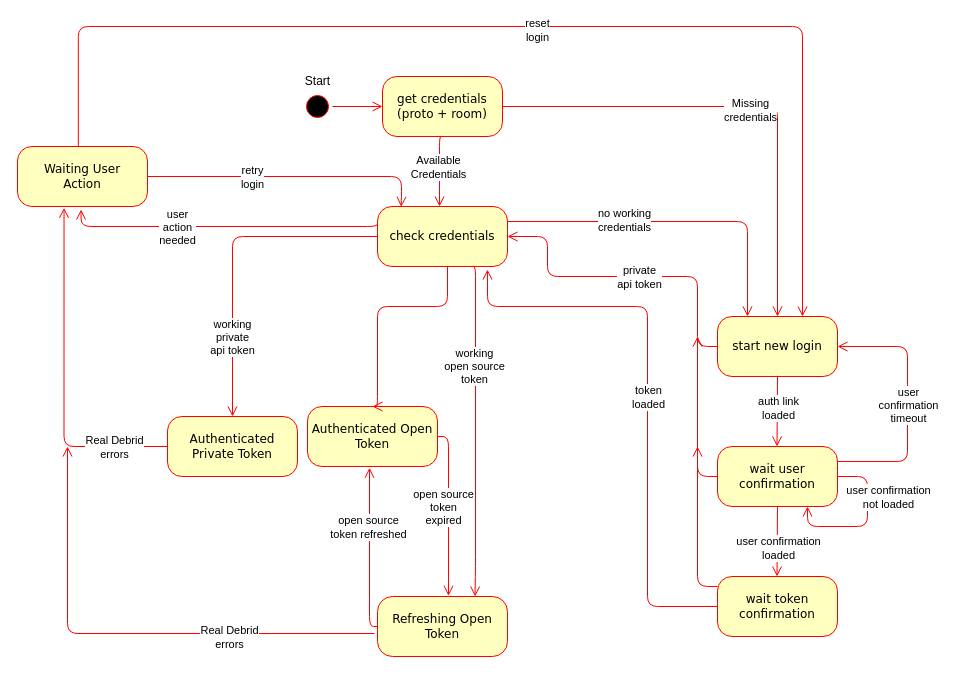
Above: extra_assets/fsm_authentication.drawio in LivingWithHippos/unchained-android (draw.io), before the change. Source tidied: cells renumbered, new cells numbered last; positions are measured from the earlier drawing's top-left corner, leaving out a move shared by most shapes. Both pictures are drawn from the tidied source at 100%, with x=0, y=0 at pixel (17, 26).
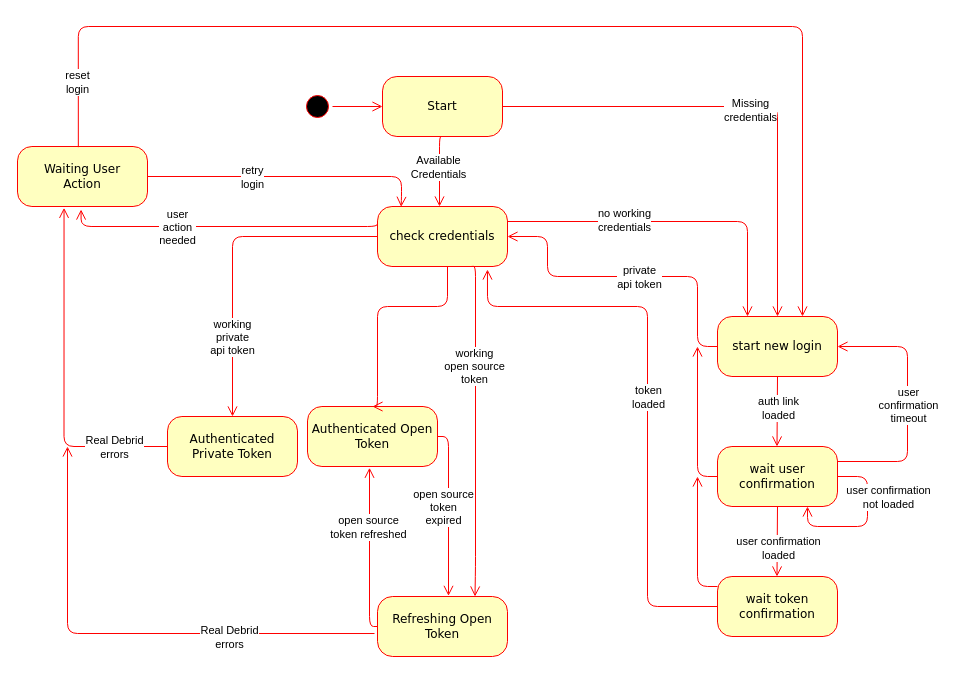
After the change.

Unchanged cells that the change refers to:
```xml
<mxCell id="19" value="wait user confirmation" style="rounded=1;whiteSpace=wrap;html=1;arcSize=24;fillColor=#ffffc0;strokeColor=#ff0000;shadow=0;comic=0;labelBackgroundColor=none;fontFamily=Verdana;fontSize=12;fontColor=#000000;align=center;" parent="1" vertex="1">
  <mxGeometry x="700" y="420" width="120" height="60" as="geometry" />
</mxCell>
<mxCell id="44" style="edgeStyle=orthogonalEdgeStyle;html=1;labelBackgroundColor=none;endArrow=open;endSize=8;strokeColor=#ff0000;fontFamily=Verdana;fontSize=12;align=left;entryX=0.5;entryY=0;entryDx=0;entryDy=0;exitX=0.468;exitY=0.011;exitDx=0;exitDy=0;exitPerimeter=0;" parent="1" edge="1" source="38">
  <mxGeometry relative="1" as="geometry">
    <mxPoint x="785" y="290" as="targetPoint" />
    <Array as="points">
      <mxPoint x="61" />
      <mxPoint x="785" />
    </Array>
  </mxGeometry>
</mxCell>
```

What changed in the source:
```diff
@@
-    <mxCell id="4" value="get credentials (proto + room)" style="rounded=1;whiteSpace=wrap;html=1;arcSize=24;fillColor=#ffffc0;strokeColor=#ff0000;shadow=0;comic=0;labelBackgroundColor=none;fontFamily=Verdana;fontSize=12;fontColor=#000000;align=center;" parent="1" vertex="1">
+    <mxCell id="4" value="Start" style="rounded=1;whiteSpace=wrap;html=1;arcSize=24;fillColor=#ffffc0;strokeColor=#ff0000;shadow=0;comic=0;labelBackgroundColor=none;fontFamily=Verdana;fontSize=12;fontColor=#000000;align=center;" parent="1" vertex="1">
       <mxGeometry x="365" y="50" width="120" height="60" as="geometry" />
     </mxCell>
@@
     <mxCell id="32" style="edgeStyle=elbowEdgeStyle;html=1;labelBackgroundColor=none;endArrow=open;endSize=8;strokeColor=#ff0000;fontFamily=Verdana;fontSize=12;align=left;exitX=0;exitY=0.5;exitDx=0;exitDy=0;" parent="1" edge="1" source="19">
       <mxGeometry relative="1" as="geometry">
-        <mxPoint x="680" y="310" as="targetPoint" />
+        <mxPoint x="680" y="320" as="targetPoint" />
         <Array as="points">
           <mxPoint x="680" y="310" />
           <mxPoint x="680" y="420" />
           <mxPoint x="690" y="420" />
         </Array>
       </mxGeometry>
     </mxCell>
     <mxCell id="33" style="edgeStyle=elbowEdgeStyle;html=1;labelBackgroundColor=none;endArrow=open;endSize=8;strokeColor=#ff0000;fontFamily=Verdana;fontSize=12;align=left;exitX=0;exitY=0.5;exitDx=0;exitDy=0;" parent="1" edge="1">
       <mxGeometry relative="1" as="geometry">
         <mxPoint x="700" y="560" as="sourcePoint" />
-        <mxPoint x="680" y="420" as="targetPoint" />
+        <mxPoint x="680" y="450" as="targetPoint" />
         <Array as="points">
           <mxPoint x="680" y="420" />
           <mxPoint x="680" y="530" />
           <mxPoint x="690" y="530" />
         </Array>
       </mxGeometry>
     </mxCell>
@@
-    <mxCell id="39" value="&lt;div&gt;Start&lt;/div&gt;" style="text;html=1;align=center;verticalAlign=middle;strokeColor=none;fillColor=none;" parent="1" vertex="1">
-      <mxGeometry x="280" y="45" width="40" height="20" as="geometry" />
-    </mxCell>
@@
     <mxCell id="45" value="&lt;div&gt;reset&lt;/div&gt;&lt;div&gt;login&lt;br&gt;&lt;/div&gt;" style="edgeLabel;html=1;align=center;verticalAlign=middle;" parent="44" vertex="1">
-      <mxGeometry x="0.02" y="-3" relative="1" as="geometry" />
+      <mxGeometry x="0.02" y="-3" relative="1" as="geometry">
+        <mxPoint x="-460" y="52" as="offset" />
+      </mxGeometry>
     </mxCell>
```
